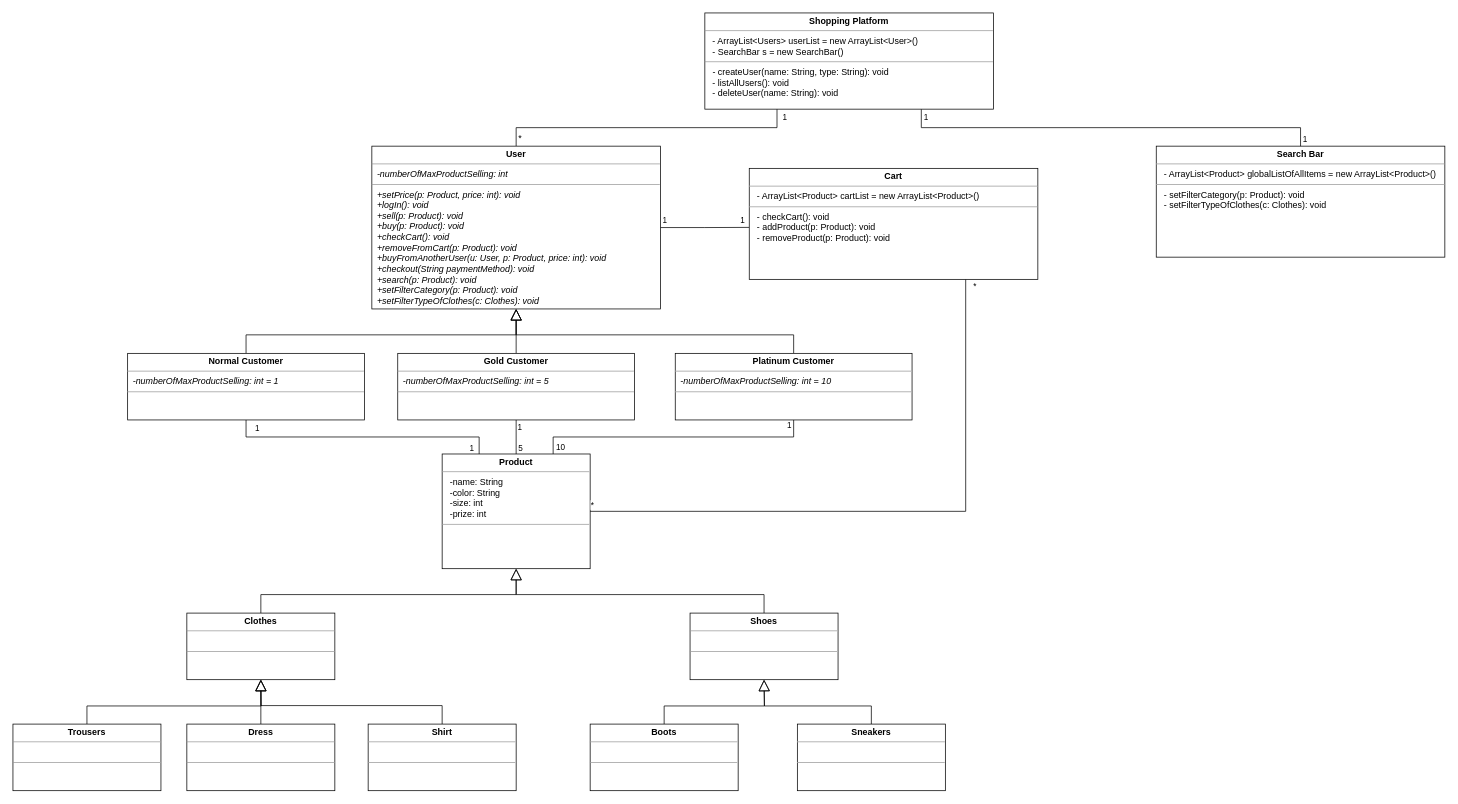
Earlier version of the draw.io diagram SoftCon2020_Assignment_6/ShoppingSW/UML_Diagram.drawio (HuberNicolas/swc-group38). Source tidied: cells renumbered, new cells numbered last; positions are measured from the earlier drawing's top-left corner, leaving out a move shared by most shapes. Both pictures are drawn from the tidied source at 74%, with x=0, y=0 at pixel (13, 13).
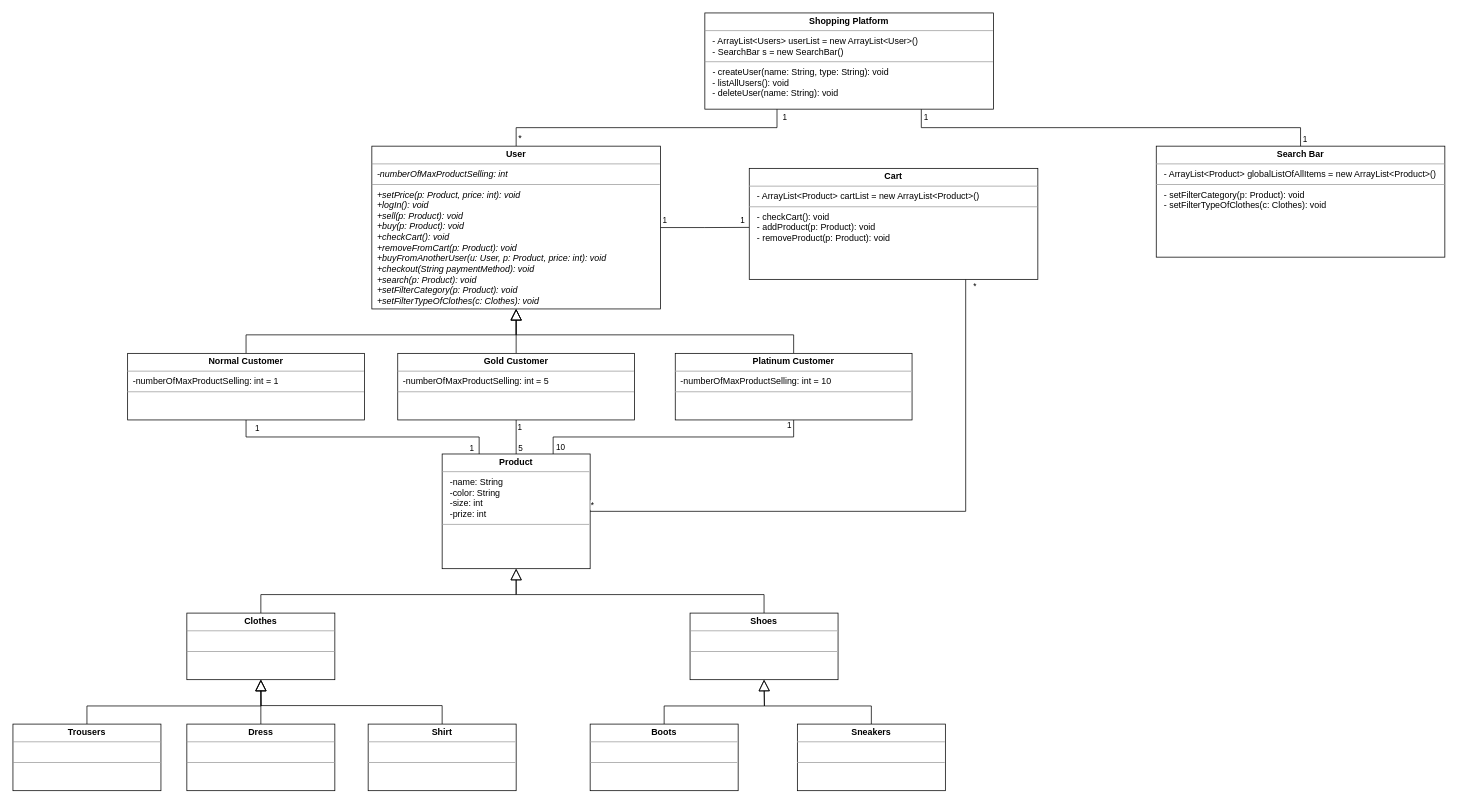
Above is the later version.

What changed in the source:
```diff
@@
-    <mxCell id="13" value="&lt;p style=&quot;margin: 0px ; margin-top: 4px ; text-align: center&quot;&gt;&lt;b&gt;Normal Customer&lt;/b&gt;&lt;/p&gt;&lt;hr size=&quot;1&quot;&gt;&lt;p style=&quot;margin: 0px ; margin-left: 4px&quot;&gt;&lt;i&gt;&amp;nbsp;-numberOfMaxProductSelling: int = 1&lt;/i&gt;&lt;br&gt;&lt;/p&gt;&lt;hr size=&quot;1&quot;&gt;&lt;p style=&quot;margin: 0px ; margin-left: 4px&quot;&gt;&lt;span style=&quot;font-size: 12px&quot;&gt;&lt;br&gt;&lt;/span&gt;&lt;/p&gt;" style="verticalAlign=top;align=left;overflow=fill;fontSize=12;fontFamily=Helvetica;html=1;" parent="1" vertex="1">
+    <mxCell id="13" value="&lt;p style=&quot;margin: 0px ; margin-top: 4px ; text-align: center&quot;&gt;&lt;b&gt;Normal Customer&lt;/b&gt;&lt;/p&gt;&lt;hr size=&quot;1&quot;&gt;&lt;p style=&quot;margin: 0px ; margin-left: 4px&quot;&gt;&amp;nbsp;-numberOfMaxProductSelling: int = 1&lt;br&gt;&lt;/p&gt;&lt;hr size=&quot;1&quot;&gt;&lt;p style=&quot;margin: 0px ; margin-left: 4px&quot;&gt;&lt;span style=&quot;font-size: 12px&quot;&gt;&lt;br&gt;&lt;/span&gt;&lt;/p&gt;" style="verticalAlign=top;align=left;overflow=fill;fontSize=12;fontFamily=Helvetica;html=1;" parent="1" vertex="1">
       <mxGeometry x="155" y="460" width="320" height="90" as="geometry" />
     </mxCell>
@@
-    <mxCell id="18" value="&lt;p style=&quot;margin: 0px ; margin-top: 4px ; text-align: center&quot;&gt;&lt;b&gt;Gold Customer&lt;/b&gt;&lt;/p&gt;&lt;hr size=&quot;1&quot;&gt;&lt;p style=&quot;margin: 0px ; margin-left: 4px&quot;&gt;&lt;i&gt;&amp;nbsp;-numberOfMaxProductSelling: int = 5&lt;/i&gt;&lt;br&gt;&lt;/p&gt;&lt;hr size=&quot;1&quot;&gt;&lt;p style=&quot;margin: 0px ; margin-left: 4px&quot;&gt;&lt;span style=&quot;font-size: 12px&quot;&gt;&lt;br&gt;&lt;/span&gt;&lt;/p&gt;" style="verticalAlign=top;align=left;overflow=fill;fontSize=12;fontFamily=Helvetica;html=1;" parent="1" vertex="1">
+    <mxCell id="18" value="&lt;p style=&quot;margin: 0px ; margin-top: 4px ; text-align: center&quot;&gt;&lt;b&gt;Gold Customer&lt;/b&gt;&lt;/p&gt;&lt;hr size=&quot;1&quot;&gt;&lt;p style=&quot;margin: 0px ; margin-left: 4px&quot;&gt;&amp;nbsp;-numberOfMaxProductSelling: int = 5&lt;br&gt;&lt;/p&gt;&lt;hr size=&quot;1&quot;&gt;&lt;p style=&quot;margin: 0px ; margin-left: 4px&quot;&gt;&lt;span style=&quot;font-size: 12px&quot;&gt;&lt;br&gt;&lt;/span&gt;&lt;/p&gt;" style="verticalAlign=top;align=left;overflow=fill;fontSize=12;fontFamily=Helvetica;html=1;" parent="1" vertex="1">
       <mxGeometry x="520" y="460" width="320" height="90" as="geometry" />
     </mxCell>
@@
-    <mxCell id="23" value="&lt;p style=&quot;margin: 0px ; margin-top: 4px ; text-align: center&quot;&gt;&lt;b&gt;Platinum Customer&lt;/b&gt;&lt;/p&gt;&lt;hr size=&quot;1&quot;&gt;&lt;p style=&quot;margin: 0px ; margin-left: 4px&quot;&gt;&lt;i&gt;&amp;nbsp;-numberOfMaxProductSelling: int = 10&lt;/i&gt;&lt;br&gt;&lt;/p&gt;&lt;hr size=&quot;1&quot;&gt;&lt;p style=&quot;margin: 0px ; margin-left: 4px&quot;&gt;&lt;span style=&quot;font-size: 12px&quot;&gt;&lt;br&gt;&lt;/span&gt;&lt;/p&gt;" style="verticalAlign=top;align=left;overflow=fill;fontSize=12;fontFamily=Helvetica;html=1;" parent="1" vertex="1">
+    <mxCell id="23" value="&lt;p style=&quot;margin: 0px ; margin-top: 4px ; text-align: center&quot;&gt;&lt;b&gt;Platinum Customer&lt;/b&gt;&lt;/p&gt;&lt;hr size=&quot;1&quot;&gt;&lt;p style=&quot;margin: 0px ; margin-left: 4px&quot;&gt;&amp;nbsp;-numberOfMaxProductSelling: int = 10&lt;br&gt;&lt;/p&gt;&lt;hr size=&quot;1&quot;&gt;&lt;p style=&quot;margin: 0px ; margin-left: 4px&quot;&gt;&lt;span style=&quot;font-size: 12px&quot;&gt;&lt;br&gt;&lt;/span&gt;&lt;/p&gt;" style="verticalAlign=top;align=left;overflow=fill;fontSize=12;fontFamily=Helvetica;html=1;" parent="1" vertex="1">
       <mxGeometry x="895" y="460" width="320" height="90" as="geometry" />
     </mxCell>
```
